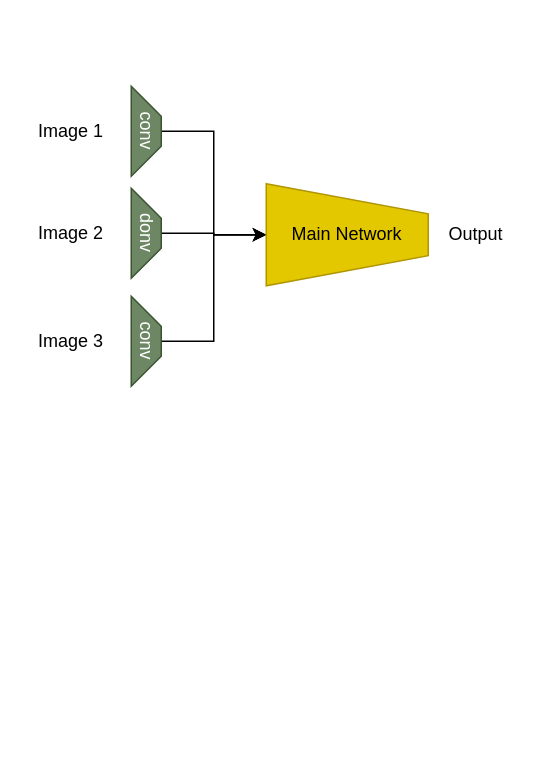
weathon/3d2smile keeps this draw.io diagram as mutliimage.drawio. Above is the earlier version. Source tidied: cells renumbered, new cells numbered last; positions are measured from the earlier drawing's top-left corner, leaving out a move shared by most shapes. Both pictures are drawn from the tidied source at 150%, with x=0, y=0 at pixel (26, 108).
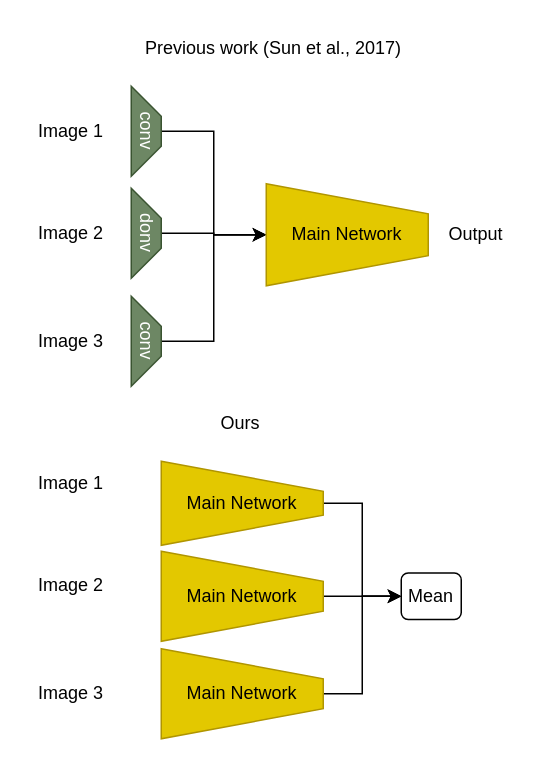
After the change.

Diff of the diagram source:
```diff
@@
+    <mxCell id="13" value="Ours" style="text;html=1;align=center;verticalAlign=middle;whiteSpace=wrap;rounded=0;" parent="1" vertex="1">
+      <mxGeometry x="38" y="195" width="210" height="30" as="geometry" />
+    </mxCell>
+    <mxCell id="14" value="Previous work (Sun et al., 2017)" style="text;html=1;align=center;verticalAlign=middle;whiteSpace=wrap;rounded=0;" parent="1" vertex="1">
+      <mxGeometry x="60" y="-55" width="210" height="30" as="geometry" />
+    </mxCell>
+    <mxCell id="15" style="edgeStyle=orthogonalEdgeStyle;rounded=0;jettySize=auto;html=1;entryX=0;entryY=0.5;entryDx=0;entryDy=0;" parent="1" edge="1" source="16" target="24">
+      <mxGeometry relative="1" as="geometry" />
+    </mxCell>
+    <mxCell id="16" value="Main Network" style="shape=trapezoid;perimeter=trapezoidPerimeter;whiteSpace=wrap;html=1;fixedSize=1;rotation=90;horizontal=0;fillColor=#e3c800;fontColor=#000000;strokeColor=#B09500;" parent="1" vertex="1">
+      <mxGeometry x="114" y="336" width="60" height="108" as="geometry" />
+    </mxCell>
+    <mxCell id="17" value="Image 1" style="text;html=1;align=center;verticalAlign=middle;whiteSpace=wrap;rounded=0;" parent="1" vertex="1">
+      <mxGeometry y="235" width="60" height="30" as="geometry" />
+    </mxCell>
+    <mxCell id="18" value="Image 2" style="text;html=1;align=center;verticalAlign=middle;whiteSpace=wrap;rounded=0;" parent="1" vertex="1">
+      <mxGeometry y="303" width="60" height="30" as="geometry" />
+    </mxCell>
+    <mxCell id="19" value="Image 3" style="text;html=1;align=center;verticalAlign=middle;whiteSpace=wrap;rounded=0;" parent="1" vertex="1">
+      <mxGeometry y="375" width="60" height="30" as="geometry" />
+    </mxCell>
+    <mxCell id="20" style="edgeStyle=orthogonalEdgeStyle;rounded=0;jettySize=auto;html=1;entryX=0;entryY=0.5;entryDx=0;entryDy=0;" parent="1" edge="1" source="21" target="24">
+      <mxGeometry relative="1" as="geometry" />
+    </mxCell>
+    <mxCell id="21" value="Main Network" style="shape=trapezoid;perimeter=trapezoidPerimeter;whiteSpace=wrap;html=1;fixedSize=1;rotation=90;horizontal=0;fillColor=#e3c800;fontColor=#000000;strokeColor=#B09500;" parent="1" vertex="1">
+      <mxGeometry x="114" y="271" width="60" height="108" as="geometry" />
+    </mxCell>
+    <mxCell id="22" style="edgeStyle=orthogonalEdgeStyle;rounded=0;jettySize=auto;html=1;entryX=0;entryY=0.5;entryDx=0;entryDy=0;" parent="1" edge="1" source="23" target="24">
+      <mxGeometry relative="1" as="geometry" />
+    </mxCell>
+    <mxCell id="23" value="Main Network" style="shape=trapezoid;perimeter=trapezoidPerimeter;whiteSpace=wrap;html=1;fixedSize=1;rotation=90;horizontal=0;fillColor=#e3c800;fontColor=#000000;strokeColor=#B09500;" parent="1" vertex="1">
+      <mxGeometry x="116" y="209" width="56" height="108" as="geometry" />
+    </mxCell>
+    <mxCell id="24" value="Mean" style="rounded=1;whiteSpace=wrap;html=1;" parent="1" vertex="1">
+      <mxGeometry x="250" y="309.5" width="40" height="31" as="geometry" />
+    </mxCell>
```
